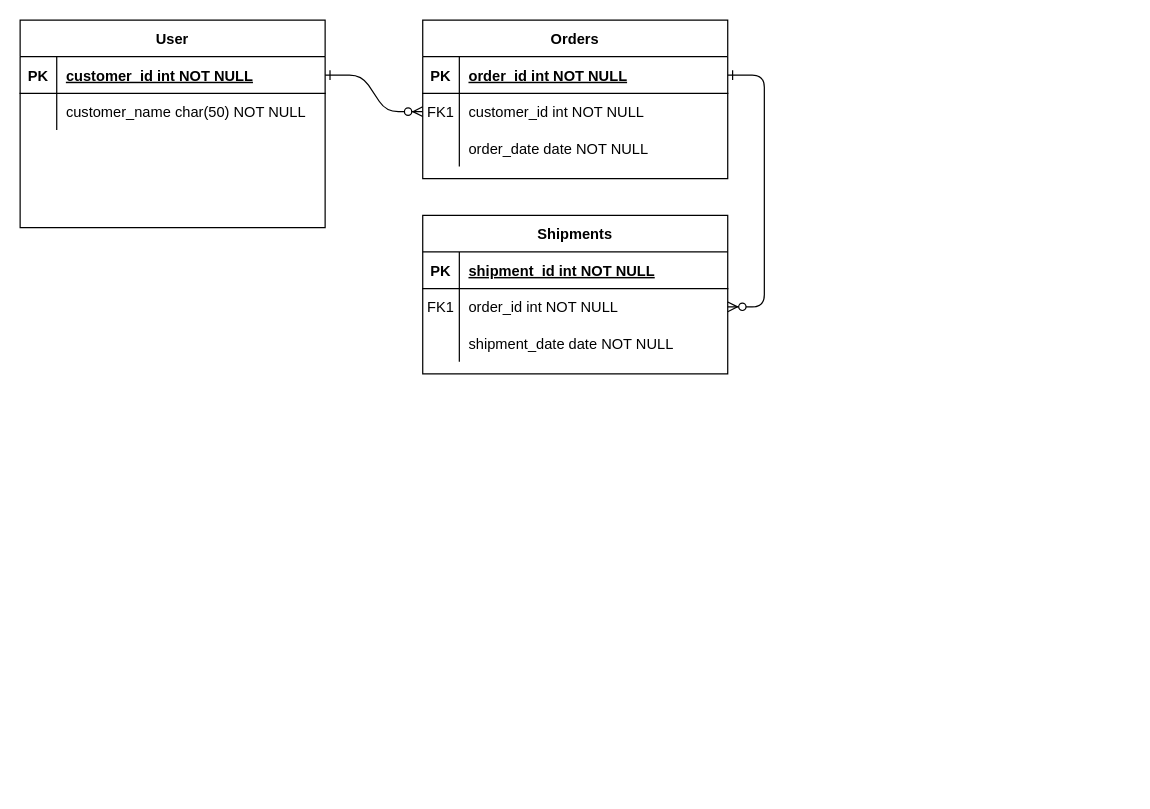
Before: MSA2025.drawio in bruce414/travel-buddy-finder, a draw.io diagram. Source tidied: cells renumbered, new cells numbered last; positions are measured from the earlier drawing's top-left corner, leaving out a move shared by most shapes. Both pictures are drawn from the tidied source at 122%, with x=0, y=0 at pixel (20, 20).
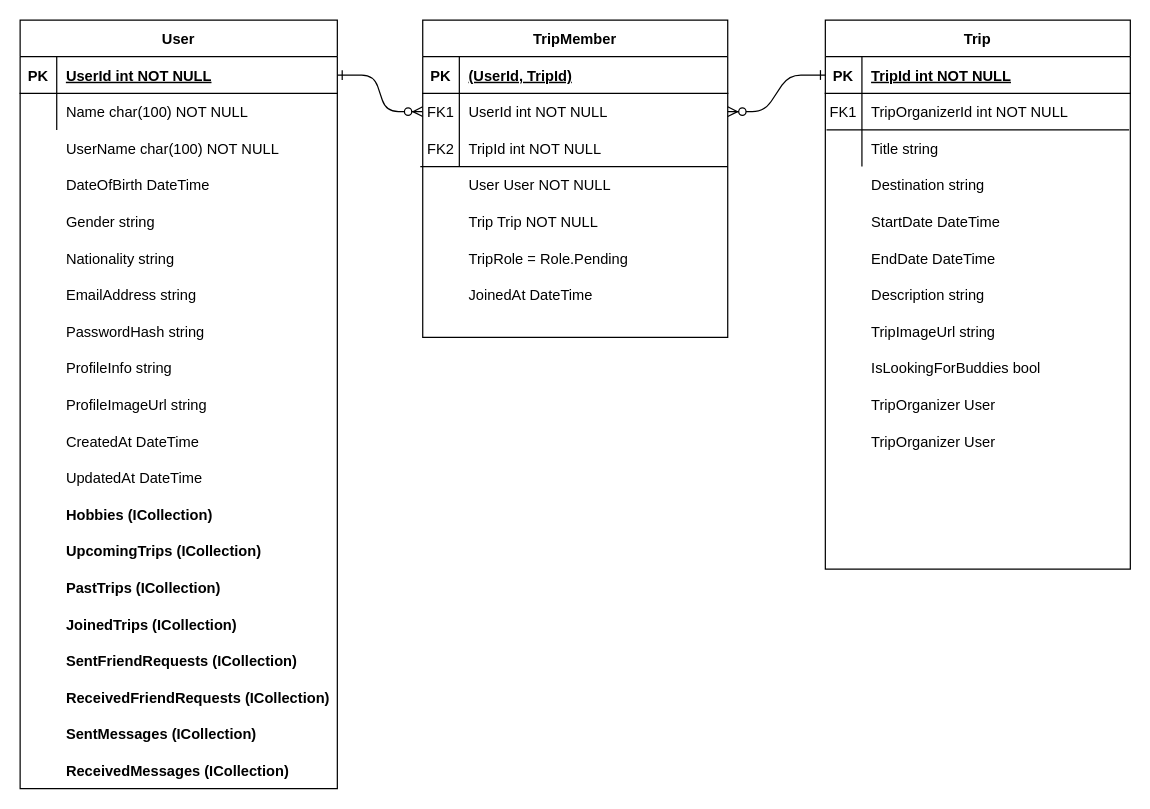
Above is the later version.

Unchanged cells that the change refers to:
```xml
<mxCell id="5" style="shape=partialRectangle;fillColor=none;points=[[0,0.5],[1,0.5]];portConstraint=eastwest;top=0;left=0;right=0;bottom=1;" parent="4" vertex="1">
  <mxGeometry y="30" width="250" height="30" as="geometry" />
</mxCell>
<mxCell id="8" style="shape=partialRectangle;fillColor=none;points=[[0,0.5],[1,0.5]];portConstraint=eastwest;top=0;left=0;right=0;bottom=0;" parent="4" vertex="1">
  <mxGeometry y="60" width="250" height="30" as="geometry" />
</mxCell>
<mxCell id="11" style="shape=partialRectangle;fillColor=none;top=0;left=0;right=0;bottom=0;" parent="4" vertex="1">
  <mxGeometry y="90" width="250" height="30" as="geometry" />
</mxCell>
<mxCell id="15" style="shape=partialRectangle;fillColor=none;points=[[0,0.5],[1,0.5]];portConstraint=eastwest;top=0;left=0;right=0;bottom=1;" parent="14" vertex="1">
  <mxGeometry y="30" width="250" height="30" as="geometry" />
</mxCell>
<mxCell id="18" style="shape=partialRectangle;fillColor=none;points=[[0,0.5],[1,0.5]];portConstraint=eastwest;top=0;left=0;right=0;bottom=0;" parent="14" vertex="1">
  <mxGeometry y="60" width="250" height="30" as="geometry" />
</mxCell>
<mxCell id="21" style="shape=partialRectangle;fillColor=none;top=0;left=0;right=0;bottom=0;" parent="14" vertex="1">
  <mxGeometry y="90" width="250" height="30" as="geometry" />
</mxCell>
```

The edit, as a diff of the source:
```diff
@@
-    <mxCell id="3" style="edgeStyle=entityRelationEdgeStyle;endArrow=ERzeroToMany;startArrow=ERone;endFill=1;startFill=0;" parent="1" edge="1" source="5" target="18">
-      <mxGeometry relative="1" as="geometry" />
-    </mxCell>
-    <mxCell id="4" value="Orders" style="shape=table;startSize=30;childLayout=tableLayout;rowLines=0;fontStyle=1;align=center;" parent="1" vertex="1">
-      <mxGeometry x="330" width="250" height="130" as="geometry" />
+    <mxCell id="4" value="TripMember" style="shape=table;startSize=30;childLayout=tableLayout;rowLines=0;fontStyle=1;align=center;" parent="1" vertex="1">
+      <mxGeometry x="330" width="250" height="260" as="geometry" />
     </mxCell>
@@
-    <mxCell id="7" value="order_id int NOT NULL " style="shape=partialRectangle;overflow=hidden;fillColor=none;top=0;left=0;bottom=0;right=0;align=left;spacingLeft=6;fontStyle=5;" parent="5" vertex="1">
+    <mxCell id="7" value="(UserId, TripId)" style="shape=partialRectangle;overflow=hidden;fillColor=none;top=0;left=0;bottom=0;right=0;align=left;spacingLeft=6;fontStyle=5;" parent="5" vertex="1">
       <mxGeometry x="30" width="220" height="30" as="geometry" />
     </mxCell>
@@
-    <mxCell id="10" value="customer_id int NOT NULL" style="shape=partialRectangle;overflow=hidden;fillColor=none;top=0;left=0;bottom=0;right=0;align=left;spacingLeft=6;" parent="8" vertex="1">
+    <mxCell id="10" value="UserId int NOT NULL" style="shape=partialRectangle;overflow=hidden;fillColor=none;top=0;left=0;bottom=0;right=0;align=left;spacingLeft=6;" parent="8" vertex="1">
       <mxGeometry x="30" width="220" height="30" as="geometry" />
     </mxCell>
@@
-    <mxCell id="12" style="shape=partialRectangle;overflow=hidden;fillColor=none;top=0;left=0;bottom=0;right=0;" parent="11" vertex="1">
+    <mxCell id="12" value="FK2" style="shape=partialRectangle;overflow=hidden;fillColor=none;top=0;left=0;bottom=0;right=0;" parent="11" vertex="1">
       <mxGeometry width="30" height="30" as="geometry" />
     </mxCell>
-    <mxCell id="13" value="order_date date NOT NULL" style="shape=partialRectangle;overflow=hidden;fillColor=none;top=0;left=0;bottom=0;right=0;align=left;spacingLeft=6;" parent="11" vertex="1">
+    <mxCell id="13" value="TripId int NOT NULL" style="shape=partialRectangle;overflow=hidden;fillColor=none;top=0;left=0;bottom=0;right=0;align=left;spacingLeft=6;" parent="11" vertex="1">
       <mxGeometry x="30" width="220" height="30" as="geometry" />
     </mxCell>
-    <mxCell id="14" value="Shipments" style="shape=table;startSize=30;childLayout=tableLayout;rowLines=0;fontStyle=1;align=center;" parent="1" vertex="1">
-      <mxGeometry x="330" y="160" width="250" height="130" as="geometry" />
+    <mxCell id="14" value="Trip" style="shape=table;startSize=30;childLayout=tableLayout;rowLines=0;fontStyle=1;align=center;" parent="1" vertex="1">
+      <mxGeometry x="660" width="250" height="450" as="geometry" />
     </mxCell>
@@
-    <mxCell id="17" value="shipment_id int NOT NULL " style="shape=partialRectangle;overflow=hidden;fillColor=none;top=0;left=0;bottom=0;right=0;align=left;spacingLeft=6;fontStyle=5;" parent="15" vertex="1">
+    <mxCell id="17" value="TripId int NOT NULL " style="shape=partialRectangle;overflow=hidden;fillColor=none;top=0;left=0;bottom=0;right=0;align=left;spacingLeft=6;fontStyle=5;" parent="15" vertex="1">
       <mxGeometry x="30" width="220" height="30" as="geometry" />
     </mxCell>
@@
-    <mxCell id="20" value="order_id int NOT NULL" style="shape=partialRectangle;overflow=hidden;fillColor=none;top=0;left=0;bottom=0;right=0;align=left;spacingLeft=6;" parent="18" vertex="1">
+    <mxCell id="20" value="TripOrganizerId int NOT NULL" style="shape=partialRectangle;overflow=hidden;fillColor=none;top=0;left=0;bottom=0;right=0;align=left;spacingLeft=6;" parent="18" vertex="1">
       <mxGeometry x="30" width="220" height="30" as="geometry" />
     </mxCell>
@@
-    <mxCell id="23" value="shipment_date date NOT NULL" style="shape=partialRectangle;overflow=hidden;fillColor=none;top=0;left=0;bottom=0;right=0;align=left;spacingLeft=6;" parent="21" vertex="1">
+    <mxCell id="23" value="Title string" style="shape=partialRectangle;overflow=hidden;fillColor=none;top=0;left=0;bottom=0;right=0;align=left;spacingLeft=6;" parent="21" vertex="1">
       <mxGeometry x="30" width="220" height="30" as="geometry" />
     </mxCell>
     <mxCell id="24" value="User" style="shape=table;startSize=30;childLayout=tableLayout;rowLines=0;fontStyle=1;align=center;" parent="1" vertex="1">
-      <mxGeometry width="250" height="170" as="geometry" />
+      <mxGeometry width="260" height="630" as="geometry" />
     </mxCell>
     <mxCell id="25" style="shape=partialRectangle;fillColor=none;points=[[0,0.5],[1,0.5]];portConstraint=eastwest;top=0;left=0;right=0;bottom=1;" parent="24" vertex="1">
-      <mxGeometry y="30" width="250" height="30" as="geometry" />
+      <mxGeometry y="30" width="260" height="30" as="geometry" />
     </mxCell>
@@
-    <mxCell id="27" value="customer_id int NOT NULL " style="shape=partialRectangle;overflow=hidden;fillColor=none;top=0;left=0;bottom=0;right=0;align=left;spacingLeft=6;fontStyle=5;" parent="25" vertex="1">
-      <mxGeometry x="30" width="220" height="30" as="geometry" />
+    <mxCell id="27" value="UserId int NOT NULL " style="shape=partialRectangle;overflow=hidden;fillColor=none;top=0;left=0;bottom=0;right=0;align=left;spacingLeft=6;fontStyle=5;" parent="25" vertex="1">
+      <mxGeometry x="30" width="230" height="30" as="geometry" />
     </mxCell>
     <mxCell id="28" style="shape=partialRectangle;fillColor=none;top=0;left=0;right=0;bottom=0;" parent="24" vertex="1">
-      <mxGeometry y="60" width="250" height="30" as="geometry" />
+      <mxGeometry y="60" width="260" height="30" as="geometry" />
     </mxCell>
@@
-    <mxCell id="30" value="customer_name char(50) NOT NULL" style="shape=partialRectangle;overflow=hidden;fillColor=none;top=0;left=0;bottom=0;right=0;align=left;spacingLeft=6;" parent="28" vertex="1">
-      <mxGeometry x="30" width="220" height="30" as="geometry" />
+    <mxCell id="30" value="Name char(100) NOT NULL" style="shape=partialRectangle;overflow=hidden;fillColor=none;top=0;left=0;bottom=0;right=0;align=left;spacingLeft=6;" parent="28" vertex="1">
+      <mxGeometry x="30" width="230" height="30" as="geometry" />
     </mxCell>
+    <mxCell id="31" value="UserName char(100) NOT NULL" style="shape=partialRectangle;overflow=hidden;fillColor=none;top=0;left=0;bottom=0;right=0;align=left;spacingLeft=6;" parent="1" vertex="1">
+      <mxGeometry x="30" y="90" width="220" height="30" as="geometry" />
+    </mxCell>
+    <mxCell id="32" value="DateOfBirth DateTime" style="shape=partialRectangle;overflow=hidden;fillColor=none;top=0;left=0;bottom=0;right=0;align=left;spacingLeft=6;" parent="1" vertex="1">
+      <mxGeometry x="30" y="120" width="220" height="30" as="geometry" />
+    </mxCell>
+    <mxCell id="33" value="Gender string" style="shape=partialRectangle;overflow=hidden;fillColor=none;top=0;left=0;bottom=0;right=0;align=left;spacingLeft=6;" parent="1" vertex="1">
+      <mxGeometry x="30" y="150" width="220" height="30" as="geometry" />
+    </mxCell>
+    <mxCell id="34" value="Nationality string" style="shape=partialRectangle;overflow=hidden;fillColor=none;top=0;left=0;bottom=0;right=0;align=left;spacingLeft=6;" parent="1" vertex="1">
+      <mxGeometry x="30" y="180" width="220" height="30" as="geometry" />
+    </mxCell>
+    <mxCell id="35" value="EmailAddress string" style="shape=partialRectangle;overflow=hidden;fillColor=none;top=0;left=0;bottom=0;right=0;align=left;spacingLeft=6;" parent="1" vertex="1">
+      <mxGeometry x="30" y="210" width="220" height="30" as="geometry" />
+    </mxCell>
+    <mxCell id="36" value="PasswordHash string" style="shape=partialRectangle;overflow=hidden;fillColor=none;top=0;left=0;bottom=0;right=0;align=left;spacingLeft=6;" parent="1" vertex="1">
+      <mxGeometry x="30" y="240" width="220" height="30" as="geometry" />
+    </mxCell>
+    <mxCell id="37" value="ProfileInfo string" style="shape=partialRectangle;overflow=hidden;fillColor=none;top=0;left=0;bottom=0;right=0;align=left;spacingLeft=6;" parent="1" vertex="1">
+      <mxGeometry x="30" y="270" width="220" height="30" as="geometry" />
+    </mxCell>
+    <mxCell id="38" value="ProfileImageUrl string" style="shape=partialRectangle;overflow=hidden;fillColor=none;top=0;left=0;bottom=0;right=0;align=left;spacingLeft=6;" parent="1" vertex="1">
+      <mxGeometry x="30" y="300" width="220" height="30" as="geometry" />
+    </mxCell>
+    <mxCell id="39" value="CreatedAt DateTime" style="shape=partialRectangle;overflow=hidden;fillColor=none;top=0;left=0;bottom=0;right=0;align=left;spacingLeft=6;" parent="1" vertex="1">
+      <mxGeometry x="30" y="330" width="220" height="30" as="geometry" />
+    </mxCell>
+    <mxCell id="40" value="UpdatedAt DateTime" style="shape=partialRectangle;overflow=hidden;fillColor=none;top=0;left=0;bottom=0;right=0;align=left;spacingLeft=6;" parent="1" vertex="1">
+      <mxGeometry x="30" y="360" width="220" height="30" as="geometry" />
+    </mxCell>
+    <mxCell id="41" value="Hobbies (ICollection)  " style="shape=partialRectangle;overflow=hidden;fillColor=none;top=0;left=0;bottom=0;right=0;align=left;spacingLeft=6;fontStyle=1;" parent="1" vertex="1">
+      <mxGeometry x="30" y="390" width="220" height="30" as="geometry" />
+    </mxCell>
+    <mxCell id="42" value="UpcomingTrips (ICollection)  " style="shape=partialRectangle;overflow=hidden;fillColor=none;top=0;left=0;bottom=0;right=0;align=left;spacingLeft=6;fontStyle=1;" parent="1" vertex="1">
+      <mxGeometry x="30" y="420" width="220" height="30" as="geometry" />
+    </mxCell>
+    <mxCell id="43" value="PastTrips (ICollection)  " style="shape=partialRectangle;overflow=hidden;fillColor=none;top=0;left=0;bottom=0;right=0;align=left;spacingLeft=6;fontStyle=1;" parent="1" vertex="1">
+      <mxGeometry x="30" y="450" width="220" height="30" as="geometry" />
+    </mxCell>
+    <mxCell id="44" value="JoinedTrips (ICollection)  " style="shape=partialRectangle;overflow=hidden;fillColor=none;top=0;left=0;bottom=0;right=0;align=left;spacingLeft=6;fontStyle=1;" parent="1" vertex="1">
+      <mxGeometry x="30" y="480" width="220" height="30" as="geometry" />
+    </mxCell>
+    <mxCell id="45" value="SentFriendRequests (ICollection)  " style="shape=partialRectangle;overflow=hidden;fillColor=none;top=0;left=0;bottom=0;right=0;align=left;spacingLeft=6;fontStyle=1;" parent="1" vertex="1">
+      <mxGeometry x="30" y="510" width="220" height="30" as="geometry" />
+    </mxCell>
+    <mxCell id="46" value="ReceivedFriendRequests (ICollection)  " style="shape=partialRectangle;overflow=hidden;fillColor=none;top=0;left=0;bottom=0;right=0;align=left;spacingLeft=6;fontStyle=1;" parent="1" vertex="1">
+      <mxGeometry x="30" y="540" width="230" height="30" as="geometry" />
+    </mxCell>
+    <mxCell id="47" value="SentMessages (ICollection)  " style="shape=partialRectangle;overflow=hidden;fillColor=none;top=0;left=0;bottom=0;right=0;align=left;spacingLeft=6;fontStyle=1;" parent="1" vertex="1">
+      <mxGeometry x="30" y="570" width="230" height="30" as="geometry" />
+    </mxCell>
+    <mxCell id="48" value="ReceivedMessages (ICollection)  " style="shape=partialRectangle;overflow=hidden;fillColor=none;top=0;left=0;bottom=0;right=0;align=left;spacingLeft=6;fontStyle=1;" parent="1" vertex="1">
+      <mxGeometry x="30" y="600" width="230" height="30" as="geometry" />
+    </mxCell>
+    <mxCell id="49" style="endArrow=none;html=1;rounded=0;" parent="1" edge="1">
+      <mxGeometry relative="1" as="geometry">
+        <mxPoint x="328" y="120" as="sourcePoint" />
+        <mxPoint x="580" y="120" as="targetPoint" />
+      </mxGeometry>
+    </mxCell>
+    <mxCell id="50" value="User User NOT NULL" style="shape=partialRectangle;overflow=hidden;fillColor=none;top=0;left=0;bottom=0;right=0;align=left;spacingLeft=6;" parent="1" vertex="1">
+      <mxGeometry x="360" y="120" width="220" height="30" as="geometry" />
+    </mxCell>
+    <mxCell id="51" value="Trip Trip NOT NULL" style="shape=partialRectangle;overflow=hidden;fillColor=none;top=0;left=0;bottom=0;right=0;align=left;spacingLeft=6;" parent="1" vertex="1">
+      <mxGeometry x="360" y="150" width="220" height="30" as="geometry" />
+    </mxCell>
+    <mxCell id="52" value="TripRole = Role.Pending" style="shape=partialRectangle;overflow=hidden;fillColor=none;top=0;left=0;bottom=0;right=0;align=left;spacingLeft=6;" parent="1" vertex="1">
+      <mxGeometry x="360" y="180" width="220" height="30" as="geometry" />
+    </mxCell>
+    <mxCell id="53" value="JoinedAt DateTime" style="shape=partialRectangle;overflow=hidden;fillColor=none;top=0;left=0;bottom=0;right=0;align=left;spacingLeft=6;" parent="1" vertex="1">
+      <mxGeometry x="360" y="210" width="220" height="30" as="geometry" />
+    </mxCell>
+    <mxCell id="3" style="edgeStyle=entityRelationEdgeStyle;endArrow=ERzeroToMany;startArrow=ERone;endFill=1;startFill=0;entryX=1;entryY=0.5;entryDx=0;entryDy=0;exitX=0;exitY=0.5;exitDx=0;exitDy=0;" parent="1" edge="1" source="15" target="8">
+      <mxGeometry relative="1" as="geometry" />
+    </mxCell>
+    <mxCell id="54" style="shape=partialRectangle;overflow=hidden;fillColor=none;top=0;left=0;bottom=0;right=0;" parent="1" vertex="1">
+      <mxGeometry x="660" y="90" width="30" height="30" as="geometry" />
+    </mxCell>
+    <mxCell id="55" style="endArrow=none;html=1;rounded=0;" parent="1" edge="1">
+      <mxGeometry relative="1" as="geometry">
+        <mxPoint x="661" y="90" as="sourcePoint" />
+        <mxPoint x="909" y="90" as="targetPoint" />
+      </mxGeometry>
+    </mxCell>
+    <mxCell id="56" value="Destination string" style="shape=partialRectangle;overflow=hidden;fillColor=none;top=0;left=0;bottom=0;right=0;align=left;spacingLeft=6;" parent="1" vertex="1">
+      <mxGeometry x="690" y="120" width="220" height="30" as="geometry" />
+    </mxCell>
+    <mxCell id="57" value="StartDate DateTime" style="shape=partialRectangle;overflow=hidden;fillColor=none;top=0;left=0;bottom=0;right=0;align=left;spacingLeft=6;" parent="1" vertex="1">
+      <mxGeometry x="690" y="150" width="220" height="30" as="geometry" />
+    </mxCell>
+    <mxCell id="58" value="EndDate DateTime" style="shape=partialRectangle;overflow=hidden;fillColor=none;top=0;left=0;bottom=0;right=0;align=left;spacingLeft=6;" parent="1" vertex="1">
+      <mxGeometry x="690" y="180" width="220" height="30" as="geometry" />
+    </mxCell>
+    <mxCell id="59" value="Description string" style="shape=partialRectangle;overflow=hidden;fillColor=none;top=0;left=0;bottom=0;right=0;align=left;spacingLeft=6;" parent="1" vertex="1">
+      <mxGeometry x="690" y="210" width="220" height="30" as="geometry" />
+    </mxCell>
+    <mxCell id="60" value="TripImageUrl string" style="shape=partialRectangle;overflow=hidden;fillColor=none;top=0;left=0;bottom=0;right=0;align=left;spacingLeft=6;" parent="1" vertex="1">
+      <mxGeometry x="690" y="240" width="220" height="30" as="geometry" />
+    </mxCell>
+    <mxCell id="61" value="IsLookingForBuddies bool" style="shape=partialRectangle;overflow=hidden;fillColor=none;top=0;left=0;bottom=0;right=0;align=left;spacingLeft=6;" parent="1" vertex="1">
+      <mxGeometry x="690" y="270" width="220" height="30" as="geometry" />
+    </mxCell>
+    <mxCell id="62" value="TripOrganizer User" style="shape=partialRectangle;overflow=hidden;fillColor=none;top=0;left=0;bottom=0;right=0;align=left;spacingLeft=6;" parent="1" vertex="1">
+      <mxGeometry x="690" y="300" width="220" height="30" as="geometry" />
+    </mxCell>
+    <mxCell id="63" value="TripOrganizer User" style="shape=partialRectangle;overflow=hidden;fillColor=none;top=0;left=0;bottom=0;right=0;align=left;spacingLeft=6;" parent="1" vertex="1">
+      <mxGeometry x="690" y="330" width="220" height="30" as="geometry" />
+    </mxCell>
```
